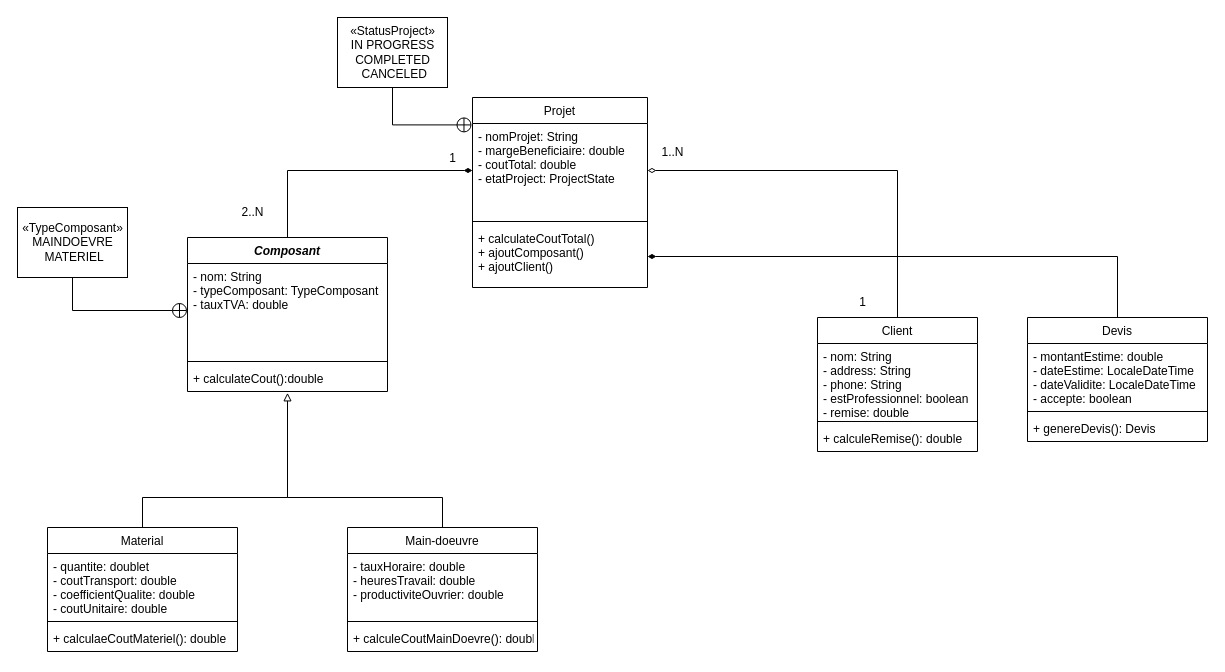
This is UML/class.dio from LoussalMohammed/Bati_Cuisine_LoussalMohammed, a draw.io file, before an edit. Source tidied: cells renumbered, new cells numbered last; positions are measured from the earlier drawing's top-left corner, leaving out a move shared by most shapes. Both pictures are drawn from the tidied source at 100%, with x=0, y=0 at pixel (17, 17).
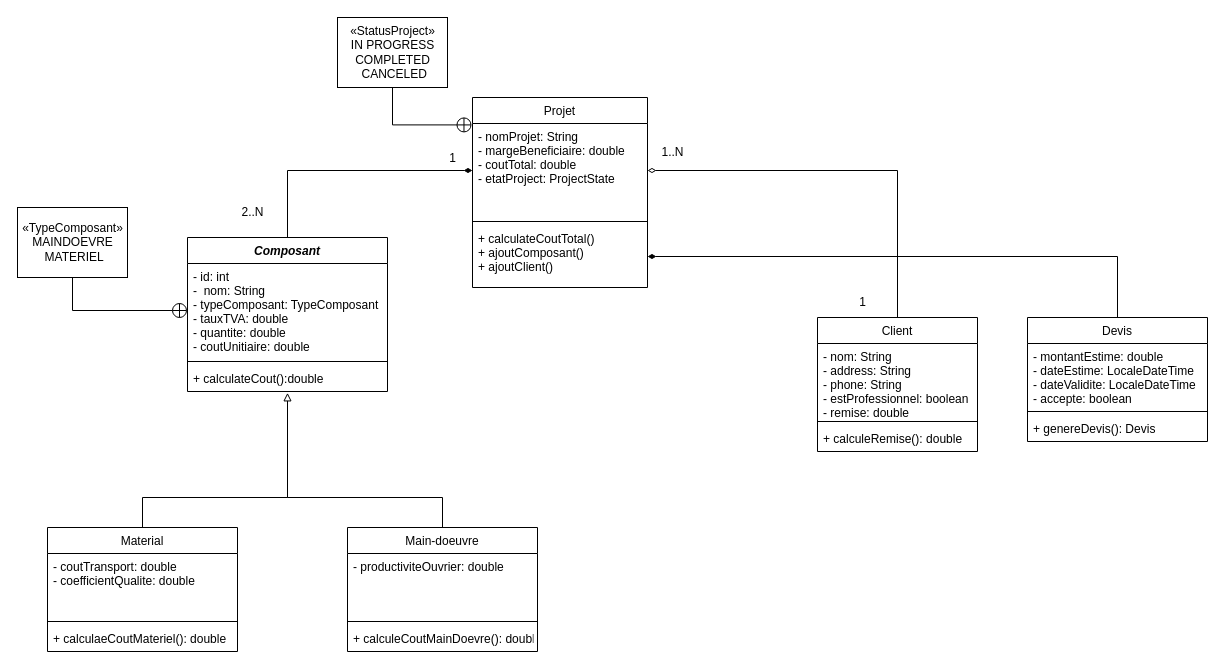
Above is the later version.

The change refers to these unchanged cells:
```xml
<mxCell id="6" value="Composant" style="swimlane;fontStyle=3;align=center;verticalAlign=top;horizontal=1;startSize=26;" parent="1" vertex="1">
  <mxGeometry x="170" y="220" width="200" height="154" as="geometry" />
</mxCell>
<mxCell id="10" value="Material" style="swimlane;fontStyle=0;align=center;verticalAlign=top;horizontal=1;startSize=26;" parent="1" vertex="1">
  <mxGeometry x="30" y="510" width="190" height="124" as="geometry" />
</mxCell>
<mxCell id="27" value="Main-doeuvre" style="swimlane;fontStyle=0;align=center;verticalAlign=top;horizontal=1;startSize=26;" parent="1" vertex="1">
  <mxGeometry x="330" y="510" width="190" height="124" as="geometry" />
</mxCell>
```

Diff of the diagram source:
```diff
@@
-    <mxCell id="7" value="- nom: String&#10;- typeComposant: TypeComposant&#10;- tauxTVA: double" style="text;strokeColor=none;fillColor=none;align=left;verticalAlign=top;spacingLeft=4;spacingRight=4;overflow=hidden;points=[[0,0.5],[1,0.5]];portConstraint=eastwest;" parent="6" vertex="1">
+    <mxCell id="7" value="- id: int&#10;-  nom: String&#10;- typeComposant: TypeComposant&#10;- tauxTVA: double&#10;- quantite: double&#10;- coutUnitiaire: double" style="text;strokeColor=none;fillColor=none;align=left;verticalAlign=top;spacingLeft=4;spacingRight=4;overflow=hidden;points=[[0,0.5],[1,0.5]];portConstraint=eastwest;" parent="6" vertex="1">
       <mxGeometry y="26" width="200" height="94" as="geometry" />
     </mxCell>
@@
-    <mxCell id="11" value="- quantite: doublet&#10;- coutTransport: double&#10;- coefficientQualite: double&#10;- coutUnitaire: double" style="text;strokeColor=none;fillColor=none;align=left;verticalAlign=top;spacingLeft=4;spacingRight=4;overflow=hidden;" parent="10" vertex="1">
+    <mxCell id="11" value="- coutTransport: double&#10;- coefficientQualite: double" style="text;strokeColor=none;fillColor=none;align=left;verticalAlign=top;spacingLeft=4;spacingRight=4;overflow=hidden;" parent="10" vertex="1">
       <mxGeometry y="26" width="190" height="64" as="geometry" />
     </mxCell>
@@
-    <mxCell id="28" value="- tauxHoraire: double&#10;- heuresTravail: double&#10;- productiviteOuvrier: double" style="text;strokeColor=none;fillColor=none;align=left;verticalAlign=top;spacingLeft=4;spacingRight=4;overflow=hidden;" parent="27" vertex="1">
+    <mxCell id="28" value="- productiviteOuvrier: double" style="text;strokeColor=none;fillColor=none;align=left;verticalAlign=top;spacingLeft=4;spacingRight=4;overflow=hidden;" parent="27" vertex="1">
       <mxGeometry y="26" width="190" height="64" as="geometry" />
     </mxCell>
```
